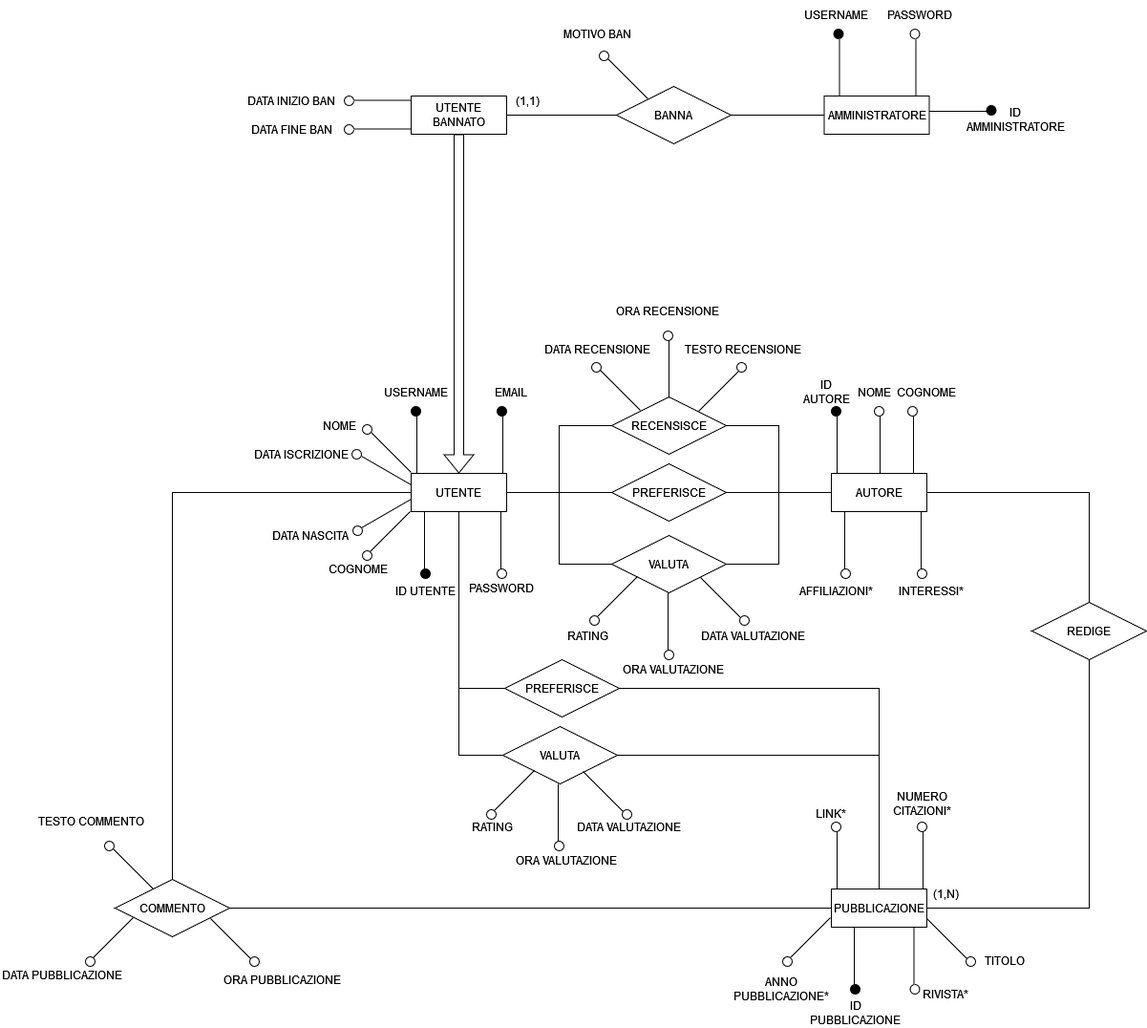
Above: docs/er.png in mrcruv/authormetrics (draw.io), before the change. Source tidied: cells renumbered, new cells last; positions are measured from the earlier drawing's top-left corner, leaving out a move shared by most shapes.
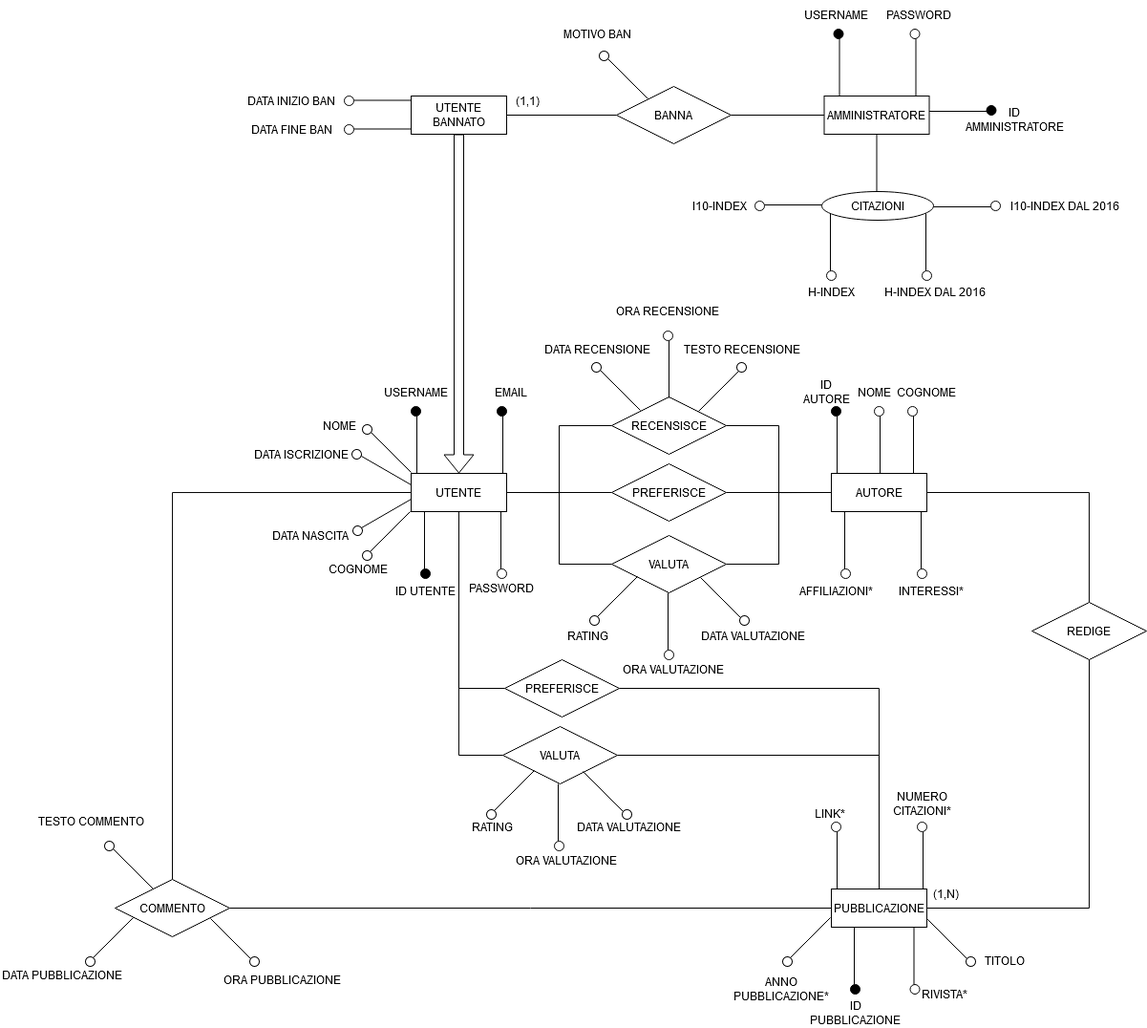
Above is the later version.

What changed in the source:
```diff
@@ -655,5 +655,77 @@
     <mxCell id="181" value="TITOLO" style="text;html=1;strokeColor=none;fillColor=none;align=center;verticalAlign=middle;whiteSpace=wrap;rounded=0;" parent="1" vertex="1">
       <mxGeometry x="1000" y="990" width="102.5" height="30" as="geometry" />
     </mxCell>
+    <mxCell id="182" style="group;" parent="1" vertex="1">
+      <mxGeometry x="860" y="140" width="117" height="90" as="geometry" />
+    </mxCell>
+    <mxCell id="183" value="CITAZIONI" style="ellipse;whiteSpace=wrap;html=1;" parent="182" vertex="1">
+      <mxGeometry y="60" width="117" height="30" as="geometry" />
+    </mxCell>
+    <mxCell id="184" style="endArrow=none;html=1;rounded=0;" parent="182" edge="1">
+      <mxGeometry relative="1" as="geometry">
+        <mxPoint x="57.5" y="60" as="sourcePoint" />
+        <mxPoint x="57.5" as="targetPoint" />
+      </mxGeometry>
+    </mxCell>
+    <mxCell id="185" style="group;rotation=-90;" parent="1" vertex="1">
+      <mxGeometry x="835" y="253" width="70" height="10" as="geometry" />
+    </mxCell>
+    <mxCell id="186" style="endArrow=none;html=1;rounded=0;" parent="185" edge="1">
+      <mxGeometry relative="1" as="geometry">
+        <mxPoint x="34" y="30" as="sourcePoint" />
+        <mxPoint x="34" y="-30" as="targetPoint" />
+      </mxGeometry>
+    </mxCell>
+    <mxCell id="187" style="ellipse;whiteSpace=wrap;html=1;rotation=-90;" parent="185" vertex="1">
+      <mxGeometry x="30" y="30" width="10" height="10" as="geometry" />
+    </mxCell>
+    <mxCell id="188" style="group;rotation=-90;" parent="1" vertex="1">
+      <mxGeometry x="935" y="253" width="70" height="10" as="geometry" />
+    </mxCell>
+    <mxCell id="189" style="endArrow=none;html=1;rounded=0;" parent="188" edge="1">
+      <mxGeometry relative="1" as="geometry">
+        <mxPoint x="34" y="30" as="sourcePoint" />
+        <mxPoint x="34" y="-30" as="targetPoint" />
+      </mxGeometry>
+    </mxCell>
+    <mxCell id="190" style="ellipse;whiteSpace=wrap;html=1;rotation=-90;" parent="188" vertex="1">
+      <mxGeometry x="30" y="30" width="10" height="10" as="geometry" />
+    </mxCell>
+    <mxCell id="191" style="group;rotation=0;" parent="1" vertex="1">
+      <mxGeometry x="790" y="210" width="70" height="10" as="geometry" />
+    </mxCell>
+    <mxCell id="192" style="endArrow=none;html=1;rounded=0;" parent="191" edge="1">
+      <mxGeometry relative="1" as="geometry">
+        <mxPoint x="10" y="4" as="sourcePoint" />
+        <mxPoint x="70" y="4" as="targetPoint" />
+      </mxGeometry>
+    </mxCell>
+    <mxCell id="193" style="ellipse;whiteSpace=wrap;html=1;rotation=0;" parent="191" vertex="1">
+      <mxGeometry width="10" height="10" as="geometry" />
+    </mxCell>
+    <mxCell id="194" style="group;rotation=-180;" parent="1" vertex="1">
+      <mxGeometry x="977" y="210" width="70" height="10" as="geometry" />
+    </mxCell>
+    <mxCell id="195" style="endArrow=none;html=1;rounded=0;" parent="194" edge="1">
+      <mxGeometry relative="1" as="geometry">
+        <mxPoint x="60" y="6" as="sourcePoint" />
+        <mxPoint y="6" as="targetPoint" />
+      </mxGeometry>
+    </mxCell>
+    <mxCell id="196" style="ellipse;whiteSpace=wrap;html=1;rotation=-180;" parent="194" vertex="1">
+      <mxGeometry x="60" width="10" height="10" as="geometry" />
+    </mxCell>
+    <mxCell id="197" value="I10-INDEX" style="text;html=1;strokeColor=none;fillColor=none;align=center;verticalAlign=middle;whiteSpace=wrap;rounded=0;" parent="1" vertex="1">
+      <mxGeometry x="688" y="200" width="130" height="30" as="geometry" />
+    </mxCell>
+    <mxCell id="198" value="I10-INDEX DAL 2016" style="text;html=1;strokeColor=none;fillColor=none;align=center;verticalAlign=middle;whiteSpace=wrap;rounded=0;" parent="1" vertex="1">
+      <mxGeometry x="1050" y="200" width="130" height="30" as="geometry" />
+    </mxCell>
+    <mxCell id="199" value="H-INDEX" style="text;html=1;strokeColor=none;fillColor=none;align=center;verticalAlign=middle;whiteSpace=wrap;rounded=0;" parent="1" vertex="1">
+      <mxGeometry x="805" y="290" width="130" height="30" as="geometry" />
+    </mxCell>
+    <mxCell id="200" value="H-INDEX DAL 2016" style="text;html=1;strokeColor=none;fillColor=none;align=center;verticalAlign=middle;whiteSpace=wrap;rounded=0;" parent="1" vertex="1">
+      <mxGeometry x="913.8" y="290" width="130" height="30" as="geometry" />
+    </mxCell>
   </root>
 </mxGraphModel>
```
